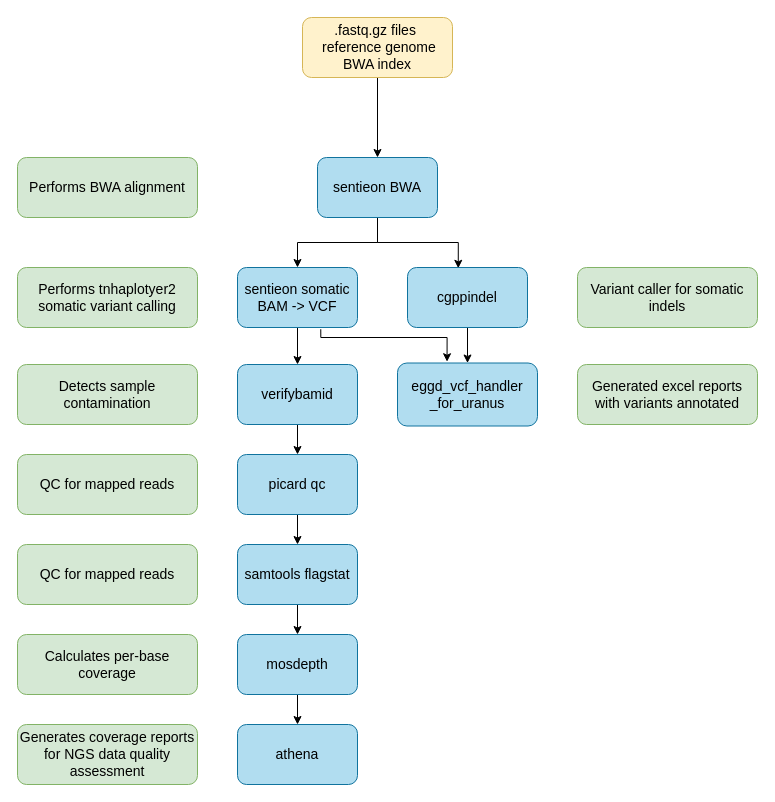
eastgenomics/eggd_uranus_main_workflow keeps this draw.io diagram as images/workflow.drawio. Above is the earlier version. Source tidied: cells renumbered, new cells numbered last; positions are measured from the earlier drawing's top-left corner, leaving out a move shared by most shapes. Both pictures are drawn from the tidied source at 100%, with x=0, y=0 at pixel (17, 17).
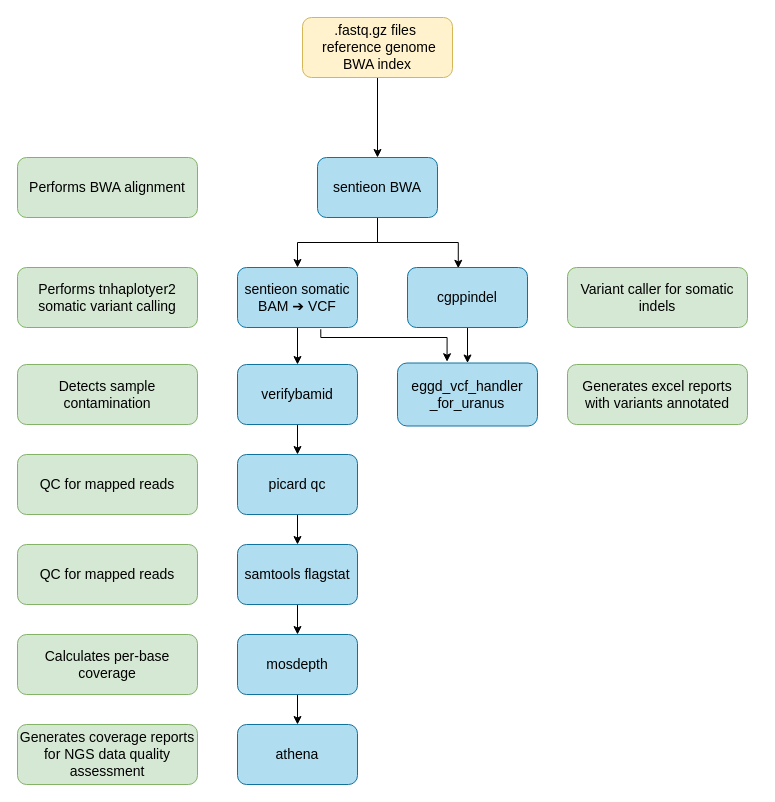
After the change.

Diff of the diagram source:
```diff
@@
-    <mxCell id="11" value="&lt;font color=&quot;#000000&quot; style=&quot;font-size: 14px;&quot;&gt;sentieon somatic BAM -&amp;gt; VCF&lt;/font&gt;" style="rounded=1;whiteSpace=wrap;html=1;fillColor=#b1ddf0;strokeColor=#10739e;fontSize=14;" parent="1" vertex="1">
+    <mxCell id="11" value="&lt;font color=&quot;#000000&quot;&gt;sentieon somatic BAM ➔&amp;nbsp;VCF&lt;/font&gt;" style="rounded=1;whiteSpace=wrap;html=1;fillColor=#b1ddf0;strokeColor=#10739e;fontSize=14;" parent="1" vertex="1">
       <mxGeometry x="220" y="250" width="120" height="60" as="geometry" />
     </mxCell>
@@
     <mxCell id="19" value="&lt;font color=&quot;#000000&quot; style=&quot;font-size: 14px&quot;&gt;Variant caller for somatic indels&lt;/font&gt;" style="rounded=1;whiteSpace=wrap;html=1;fillColor=#d5e8d4;strokeColor=#82b366;fontSize=14;" parent="1" vertex="1">
-      <mxGeometry x="560" y="250" width="180" height="60" as="geometry" />
+      <mxGeometry x="550" y="250" width="180" height="60" as="geometry" />
     </mxCell>
@@
-    <mxCell id="30" value="Generated excel reports with variants annotated" style="rounded=1;whiteSpace=wrap;html=1;fillColor=#d5e8d4;strokeColor=#82b366;fontSize=14;" parent="1" vertex="1">
-      <mxGeometry x="560" y="347" width="180" height="60" as="geometry" />
+    <mxCell id="30" value="Generates excel reports with variants annotated" style="rounded=1;whiteSpace=wrap;html=1;fillColor=#d5e8d4;strokeColor=#82b366;fontSize=14;" parent="1" vertex="1">
+      <mxGeometry x="550" y="347" width="180" height="60" as="geometry" />
     </mxCell>
```
